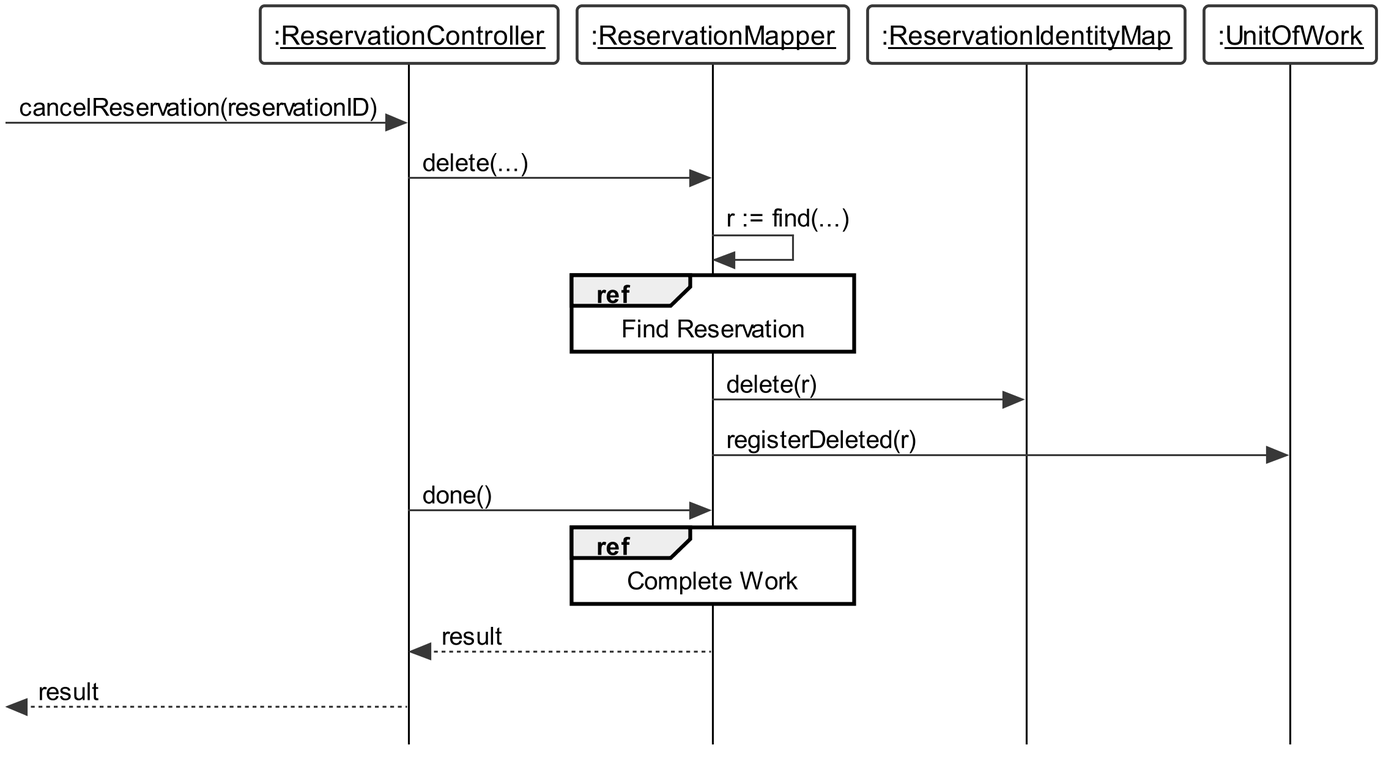
The PlantUML diagram Documentation/plantuml/SD_UC08.png in wolfcall/Tyrell-Corp, before a commit.
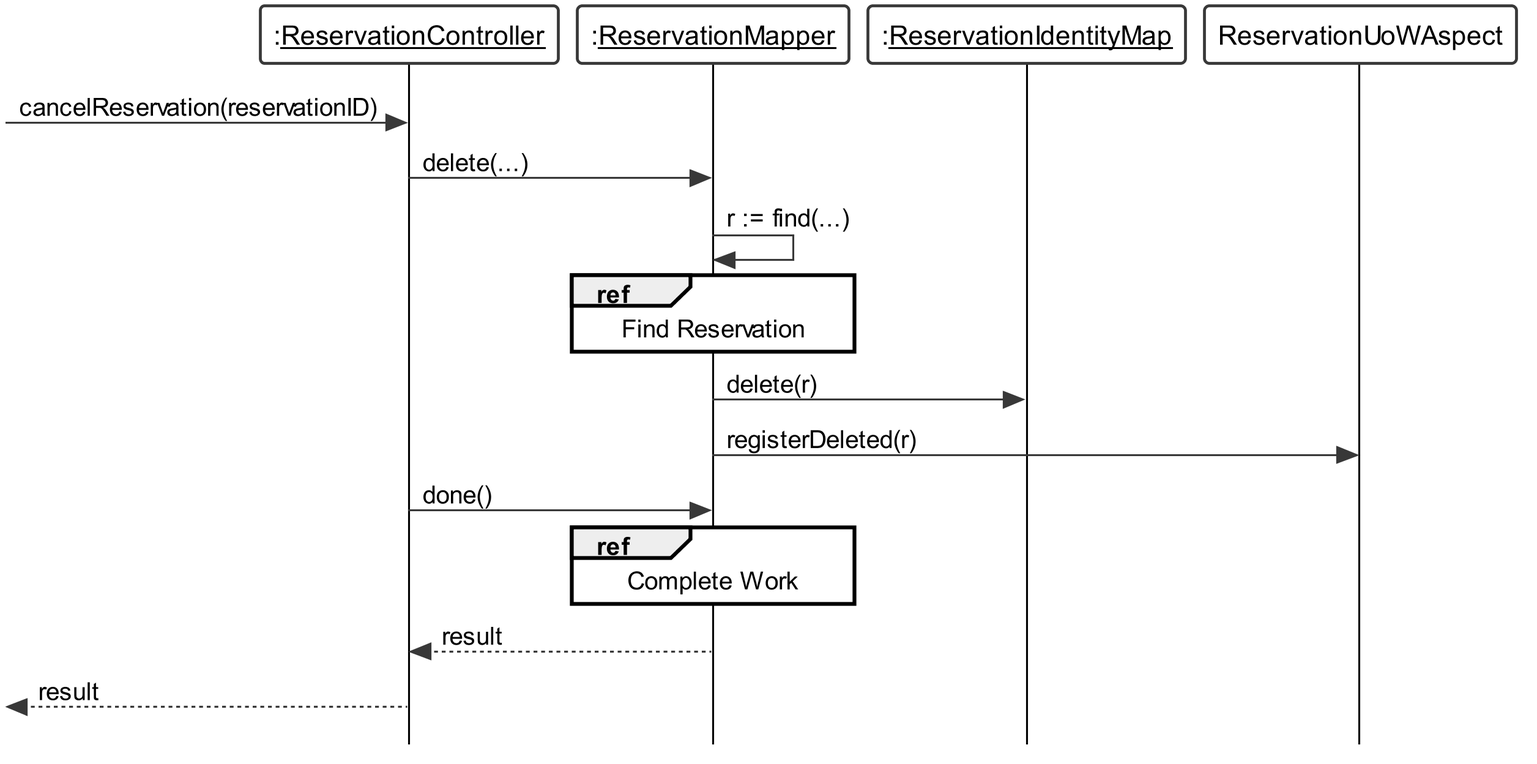
After the change.

What changed in the source:
```diff
@@ -28,7 +28,7 @@
 participant ":__ReservationController__" as rController
 participant ":__ReservationMapper__" as rMapper
 participant ":__ReservationIdentityMap__" as rIMap
-participant ":__UnitOfWork__" as UoW
+participant "ReservationUoWAspect" as UoW
 
 [-> rController: cancelReservation(reservationID)
 
```
